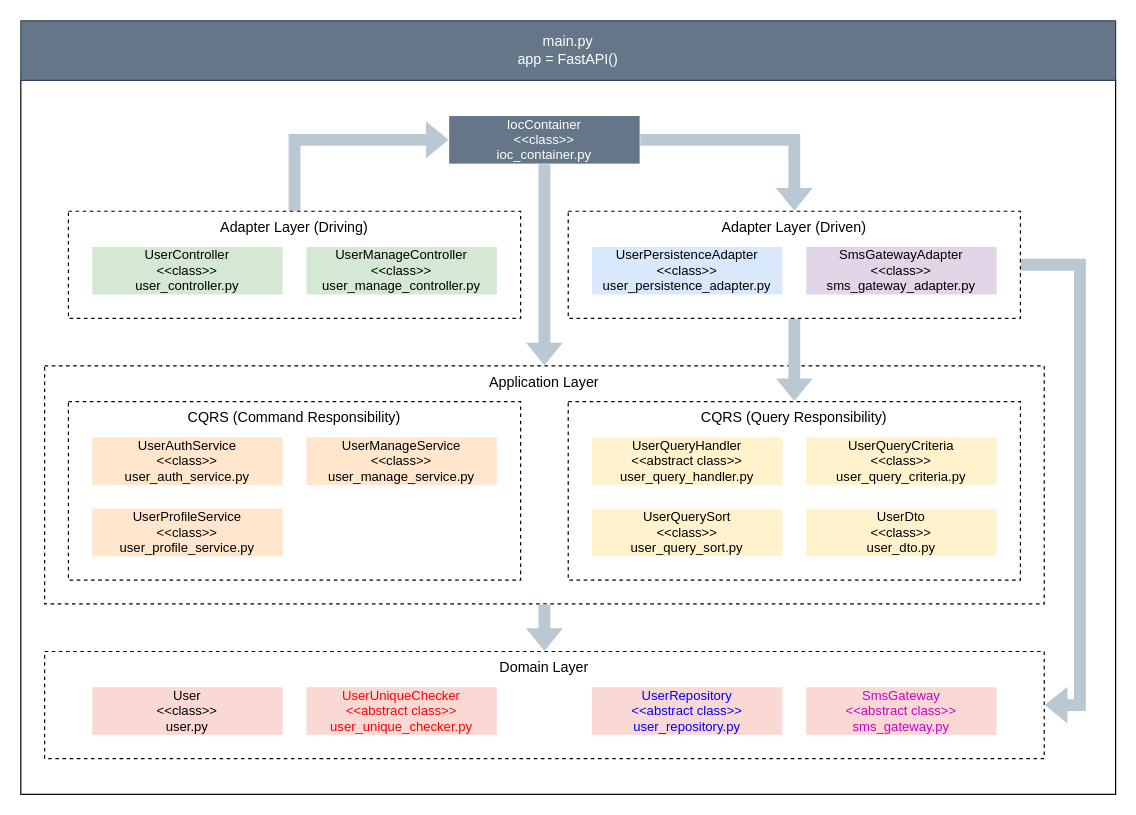
chookrib/backend-example keeps this draw.io diagram as page "python" (2 of 3) of arch.drawio. Above is the earlier version. Source tidied: cells renumbered, new cells numbered last; positions are measured from the earlier drawing's top-left corner, leaving out a move shared by most shapes. Both pictures are drawn from the tidied source at 119%, with x=0, y=0 at pixel (20, 20).
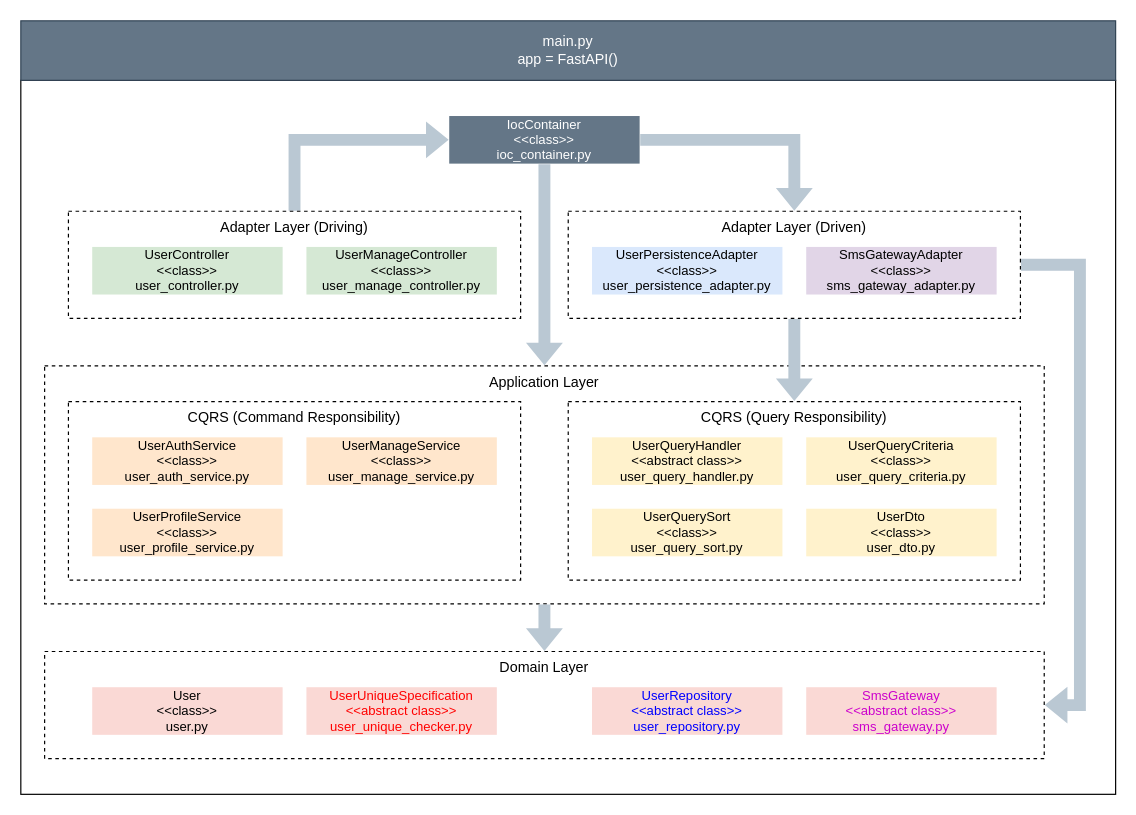
The same diagram, later.

Diff of the diagram source:
```diff
@@
-    <mxCell id="24" value="&lt;div&gt;&lt;span style=&quot;background-color: transparent;&quot;&gt;UserUniqueChecker&lt;/span&gt;&lt;/div&gt;&lt;div&gt;&amp;lt;&amp;lt;abstract class&amp;gt;&amp;gt;&lt;/div&gt;&lt;div&gt;user_unique_checker.py&lt;/div&gt;" style="rounded=0;whiteSpace=wrap;html=1;fillColor=#fad9d5;strokeColor=none;fontColor=#FF0000;fontSize=11;" parent="1" vertex="1">
+    <mxCell id="24" value="&lt;div&gt;&lt;span style=&quot;background-color: transparent;&quot;&gt;UserUniqueSpecification&lt;/span&gt;&lt;/div&gt;&lt;div&gt;&amp;lt;&amp;lt;abstract class&amp;gt;&amp;gt;&lt;/div&gt;&lt;div&gt;user_unique_checker.py&lt;/div&gt;" style="rounded=0;whiteSpace=wrap;html=1;fillColor=#fad9d5;strokeColor=none;fontColor=#FF0000;fontSize=11;" parent="1" vertex="1">
       <mxGeometry x="240" y="560" width="160" height="40" as="geometry" />
     </mxCell>
```
